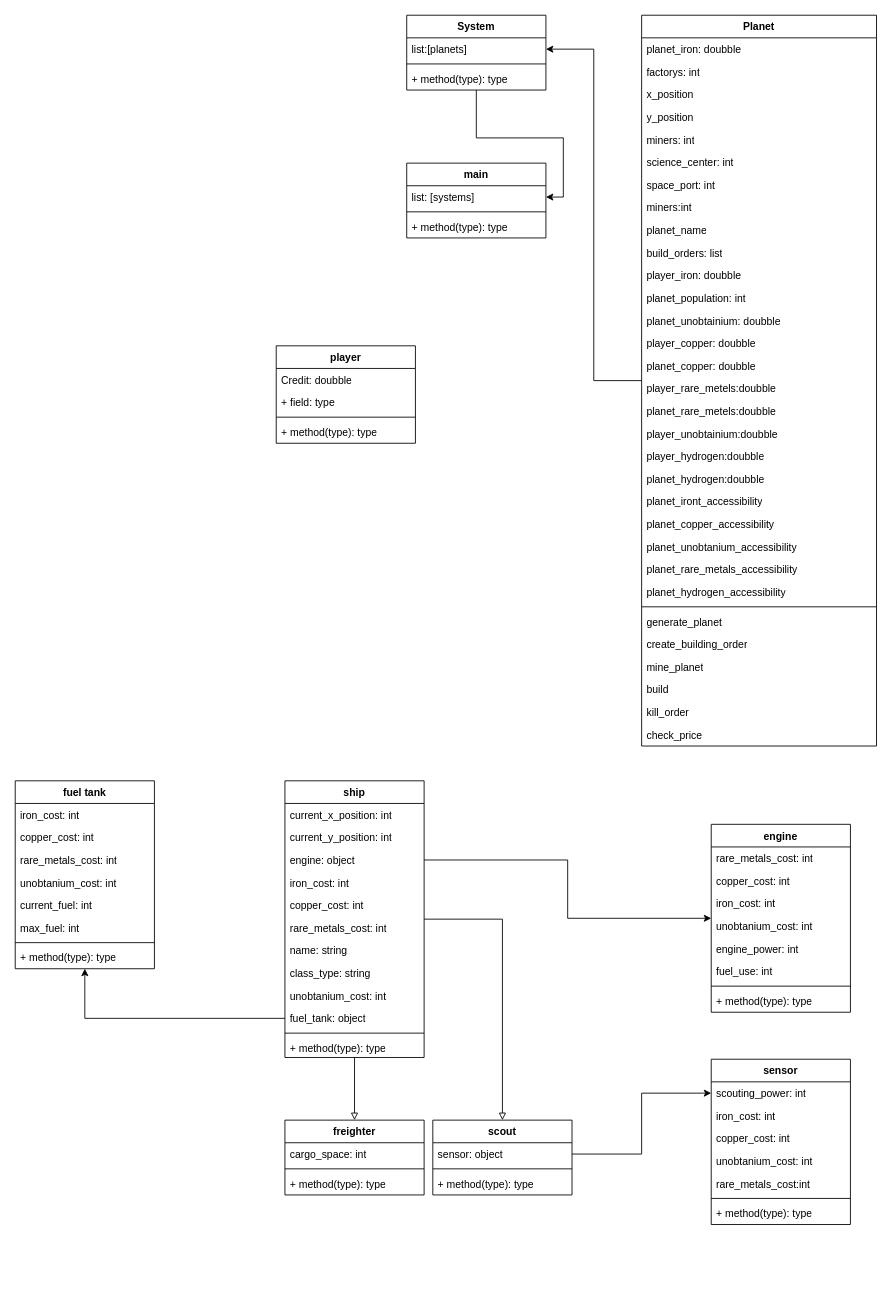
The draw.io diagram Ressorses/drawing and UML/UML.drawio in krixzy/space_survicers, before the edit. Source tidied: cells renumbered, new cells numbered last; positions are measured from the earlier drawing's top-left corner, leaving out a move shared by most shapes. Both pictures are drawn from the tidied source at 87%, with x=0, y=0 at pixel (15, 15).
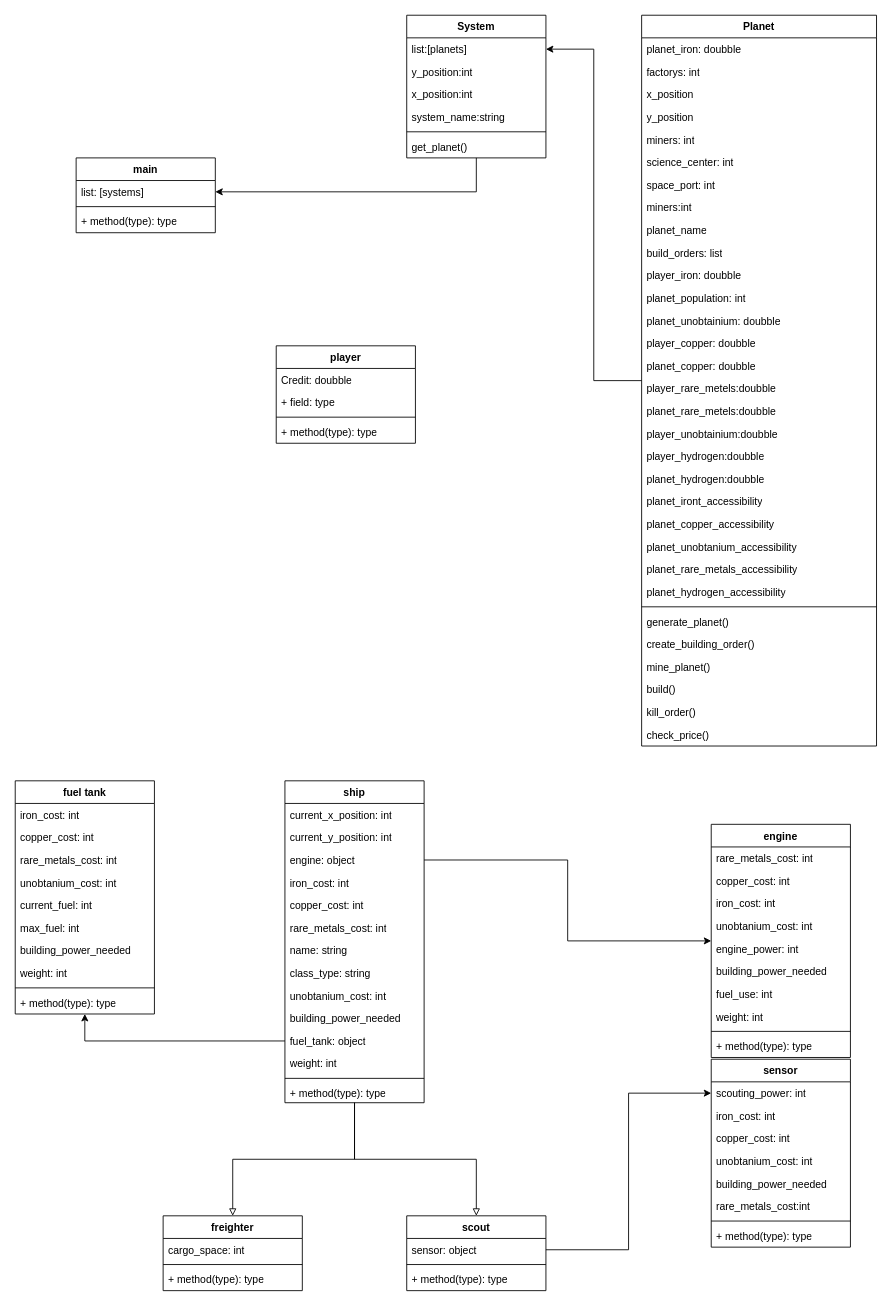
Above is the later version.

The change refers to these unchanged cells:
```xml
<mxCell id="8" value="Planet" style="swimlane;fontStyle=1;align=center;verticalAlign=top;horizontal=1;startSize=26;whiteSpace=wrap;html=1;" parent="1" vertex="1">
  <mxGeometry x="720" width="270" height="840" as="geometry" />
</mxCell>
```

The edit, as a diff of the source:
```diff
@@
     <mxCell id="3" value="System" style="swimlane;fontStyle=1;align=center;verticalAlign=top;horizontal=1;startSize=26;whiteSpace=wrap;html=1;" parent="1" vertex="1">
-      <mxGeometry x="450" width="160" height="86" as="geometry" />
+      <mxGeometry x="450" width="160" height="164" as="geometry" />
     </mxCell>
@@
+    <mxCell id="102" value="y_position:int" style="text;strokeColor=none;fillColor=none;align=left;verticalAlign=top;spacingLeft=4;spacingRight=4;overflow=hidden;whiteSpace=wrap;html=1;" parent="3" vertex="1">
+      <mxGeometry y="52" width="160" height="26" as="geometry" />
+    </mxCell>
+    <mxCell id="103" value="x_position:int" style="text;strokeColor=none;fillColor=none;align=left;verticalAlign=top;spacingLeft=4;spacingRight=4;overflow=hidden;whiteSpace=wrap;html=1;" parent="3" vertex="1">
+      <mxGeometry y="78" width="160" height="26" as="geometry" />
+    </mxCell>
+    <mxCell id="104" value="system_name:string" style="text;strokeColor=none;fillColor=none;align=left;verticalAlign=top;spacingLeft=4;spacingRight=4;overflow=hidden;whiteSpace=wrap;html=1;" parent="3" vertex="1">
+      <mxGeometry y="104" width="160" height="26" as="geometry" />
+    </mxCell>
     <mxCell id="5" style="line;strokeWidth=1;fillColor=none;align=left;verticalAlign=middle;spacingTop=-1;spacingLeft=3;spacingRight=3;labelPosition=right;strokeColor=inherit;" parent="3" vertex="1">
-      <mxGeometry y="52" width="160" height="8" as="geometry" />
+      <mxGeometry y="130" width="160" height="8" as="geometry" />
     </mxCell>
-    <mxCell id="6" value="+ method(type): type" style="text;strokeColor=none;fillColor=none;align=left;verticalAlign=top;spacingLeft=4;spacingRight=4;overflow=hidden;whiteSpace=wrap;html=1;" parent="3" vertex="1">
-      <mxGeometry y="60" width="160" height="26" as="geometry" />
+    <mxCell id="6" value="get_planet()" style="text;strokeColor=none;fillColor=none;align=left;verticalAlign=top;spacingLeft=4;spacingRight=4;overflow=hidden;whiteSpace=wrap;html=1;" parent="3" vertex="1">
+      <mxGeometry y="138" width="160" height="26" as="geometry" />
     </mxCell>
@@
-    <mxCell id="35" value="generate_planet" style="text;strokeColor=none;fillColor=none;align=left;verticalAlign=top;spacingLeft=4;spacingRight=4;overflow=hidden;whiteSpace=wrap;html=1;" parent="8" vertex="1">
+    <mxCell id="35" value="generate_planet()" style="text;strokeColor=none;fillColor=none;align=left;verticalAlign=top;spacingLeft=4;spacingRight=4;overflow=hidden;whiteSpace=wrap;html=1;" parent="8" vertex="1">
       <mxGeometry y="684" width="270" height="26" as="geometry" />
     </mxCell>
-    <mxCell id="36" value="create_building_order" style="text;strokeColor=none;fillColor=none;align=left;verticalAlign=top;spacingLeft=4;spacingRight=4;overflow=hidden;whiteSpace=wrap;html=1;" parent="8" vertex="1">
+    <mxCell id="36" value="create_building_order()" style="text;strokeColor=none;fillColor=none;align=left;verticalAlign=top;spacingLeft=4;spacingRight=4;overflow=hidden;whiteSpace=wrap;html=1;" parent="8" vertex="1">
       <mxGeometry y="710" width="270" height="26" as="geometry" />
     </mxCell>
-    <mxCell id="37" value="mine_planet" style="text;strokeColor=none;fillColor=none;align=left;verticalAlign=top;spacingLeft=4;spacingRight=4;overflow=hidden;whiteSpace=wrap;html=1;" parent="8" vertex="1">
+    <mxCell id="37" value="mine_planet()" style="text;strokeColor=none;fillColor=none;align=left;verticalAlign=top;spacingLeft=4;spacingRight=4;overflow=hidden;whiteSpace=wrap;html=1;" parent="8" vertex="1">
       <mxGeometry y="736" width="270" height="26" as="geometry" />
     </mxCell>
-    <mxCell id="38" value="build" style="text;strokeColor=none;fillColor=none;align=left;verticalAlign=top;spacingLeft=4;spacingRight=4;overflow=hidden;whiteSpace=wrap;html=1;" parent="8" vertex="1">
+    <mxCell id="38" value="build()" style="text;strokeColor=none;fillColor=none;align=left;verticalAlign=top;spacingLeft=4;spacingRight=4;overflow=hidden;whiteSpace=wrap;html=1;" parent="8" vertex="1">
       <mxGeometry y="762" width="270" height="26" as="geometry" />
     </mxCell>
-    <mxCell id="39" value="kill_order" style="text;strokeColor=none;fillColor=none;align=left;verticalAlign=top;spacingLeft=4;spacingRight=4;overflow=hidden;whiteSpace=wrap;html=1;" parent="8" vertex="1">
+    <mxCell id="39" value="kill_order()" style="text;strokeColor=none;fillColor=none;align=left;verticalAlign=top;spacingLeft=4;spacingRight=4;overflow=hidden;whiteSpace=wrap;html=1;" parent="8" vertex="1">
       <mxGeometry y="788" width="270" height="26" as="geometry" />
     </mxCell>
-    <mxCell id="40" value="check_price" style="text;strokeColor=none;fillColor=none;align=left;verticalAlign=top;spacingLeft=4;spacingRight=4;overflow=hidden;whiteSpace=wrap;html=1;" parent="8" vertex="1">
+    <mxCell id="40" value="check_price()" style="text;strokeColor=none;fillColor=none;align=left;verticalAlign=top;spacingLeft=4;spacingRight=4;overflow=hidden;whiteSpace=wrap;html=1;" parent="8" vertex="1">
       <mxGeometry y="814" width="270" height="26" as="geometry" />
     </mxCell>
     <mxCell id="41" value="main&lt;br&gt;" style="swimlane;fontStyle=1;align=center;verticalAlign=top;horizontal=1;startSize=26;whiteSpace=wrap;html=1;" parent="1" vertex="1">
-      <mxGeometry x="450" y="170" width="160" height="86" as="geometry" />
+      <mxGeometry x="70" y="164" width="160" height="86" as="geometry" />
     </mxCell>
@@
     <mxCell id="52" value="ship" style="swimlane;fontStyle=1;align=center;verticalAlign=top;horizontal=1;startSize=26;whiteSpace=wrap;html=1;" parent="1" vertex="1">
-      <mxGeometry x="310" y="880" width="160" height="318" as="geometry" />
+      <mxGeometry x="310" y="880" width="160" height="370" as="geometry" />
     </mxCell>
@@
+    <mxCell id="105" value="building_power_needed" style="text;strokeColor=none;fillColor=none;align=left;verticalAlign=top;spacingLeft=4;spacingRight=4;overflow=hidden;whiteSpace=wrap;html=1;" parent="52" vertex="1">
+      <mxGeometry y="260" width="160" height="26" as="geometry" />
+    </mxCell>
     <mxCell id="62" value="fuel_tank: object" style="text;strokeColor=none;fillColor=none;align=left;verticalAlign=top;spacingLeft=4;spacingRight=4;overflow=hidden;points=[[0,0.5],[1,0.5]];portConstraint=eastwest;whiteSpace=wrap;html=1;" parent="52" vertex="1">
-      <mxGeometry y="260" width="160" height="26" as="geometry" />
+      <mxGeometry y="286" width="160" height="26" as="geometry" />
     </mxCell>
+    <mxCell id="106" value="weight: int" style="text;strokeColor=none;fillColor=none;align=left;verticalAlign=top;spacingLeft=4;spacingRight=4;overflow=hidden;whiteSpace=wrap;html=1;" parent="52" vertex="1">
+      <mxGeometry y="312" width="160" height="26" as="geometry" />
+    </mxCell>
     <mxCell id="63" style="line;strokeWidth=1;fillColor=none;align=left;verticalAlign=middle;spacingTop=-1;spacingLeft=3;spacingRight=3;labelPosition=right;strokeColor=inherit;" parent="52" vertex="1">
-      <mxGeometry y="286" width="160" height="8" as="geometry" />
+      <mxGeometry y="338" width="160" height="8" as="geometry" />
     </mxCell>
     <mxCell id="64" value="+ method(type): type" style="text;strokeColor=none;fillColor=none;align=left;verticalAlign=top;spacingLeft=4;spacingRight=4;overflow=hidden;whiteSpace=wrap;html=1;" parent="52" vertex="1">
-      <mxGeometry y="294" width="160" height="24" as="geometry" />
+      <mxGeometry y="346" width="160" height="24" as="geometry" />
     </mxCell>
     <mxCell id="65" value="scout" style="swimlane;fontStyle=1;align=center;verticalAlign=top;horizontal=1;startSize=26;whiteSpace=wrap;html=1;" parent="1" vertex="1">
-      <mxGeometry x="480" y="1270" width="160" height="86" as="geometry" />
+      <mxGeometry x="450" y="1380" width="160" height="86" as="geometry" />
     </mxCell>
@@
     <mxCell id="69" value="freighter" style="swimlane;fontStyle=1;align=center;verticalAlign=top;horizontal=1;startSize=26;whiteSpace=wrap;html=1;" parent="1" vertex="1">
-      <mxGeometry x="310" y="1270" width="160" height="86" as="geometry" />
+      <mxGeometry x="170" y="1380" width="160" height="86" as="geometry" />
     </mxCell>
@@
     <mxCell id="73" value="engine" style="swimlane;fontStyle=1;align=center;verticalAlign=top;horizontal=1;startSize=26;whiteSpace=wrap;html=1;" parent="1" vertex="1">
-      <mxGeometry x="800" y="930" width="160" height="216" as="geometry" />
+      <mxGeometry x="800" y="930" width="160" height="268" as="geometry" />
     </mxCell>
@@
+    <mxCell id="107" value="building_power_needed" style="text;strokeColor=none;fillColor=none;align=left;verticalAlign=top;spacingLeft=4;spacingRight=4;overflow=hidden;whiteSpace=wrap;html=1;" parent="73" vertex="1">
+      <mxGeometry y="156" width="160" height="26" as="geometry" />
+    </mxCell>
     <mxCell id="79" value="fuel_use: int" style="text;strokeColor=none;fillColor=none;align=left;verticalAlign=top;spacingLeft=4;spacingRight=4;overflow=hidden;whiteSpace=wrap;html=1;" parent="73" vertex="1">
-      <mxGeometry y="156" width="160" height="26" as="geometry" />
+      <mxGeometry y="182" width="160" height="26" as="geometry" />
     </mxCell>
+    <mxCell id="108" value="weight: int" style="text;strokeColor=none;fillColor=none;align=left;verticalAlign=top;spacingLeft=4;spacingRight=4;overflow=hidden;whiteSpace=wrap;html=1;" parent="73" vertex="1">
+      <mxGeometry y="208" width="160" height="26" as="geometry" />
+    </mxCell>
     <mxCell id="80" style="line;strokeWidth=1;fillColor=none;align=left;verticalAlign=middle;spacingTop=-1;spacingLeft=3;spacingRight=3;labelPosition=right;strokeColor=inherit;" parent="73" vertex="1">
-      <mxGeometry y="182" width="160" height="8" as="geometry" />
+      <mxGeometry y="234" width="160" height="8" as="geometry" />
     </mxCell>
     <mxCell id="81" value="+ method(type): type" style="text;strokeColor=none;fillColor=none;align=left;verticalAlign=top;spacingLeft=4;spacingRight=4;overflow=hidden;whiteSpace=wrap;html=1;" parent="73" vertex="1">
-      <mxGeometry y="190" width="160" height="26" as="geometry" />
+      <mxGeometry y="242" width="160" height="26" as="geometry" />
     </mxCell>
@@
     <mxCell id="83" value="sensor&lt;br&gt;&lt;br&gt;" style="swimlane;fontStyle=1;align=center;verticalAlign=top;horizontal=1;startSize=26;whiteSpace=wrap;html=1;" parent="1" vertex="1">
-      <mxGeometry x="800" y="1200" width="160" height="190" as="geometry" />
+      <mxGeometry x="800" y="1200" width="160" height="216" as="geometry" />
     </mxCell>
@@
+    <mxCell id="109" value="building_power_needed" style="text;strokeColor=none;fillColor=none;align=left;verticalAlign=top;spacingLeft=4;spacingRight=4;overflow=hidden;whiteSpace=wrap;html=1;" parent="83" vertex="1">
+      <mxGeometry y="130" width="160" height="26" as="geometry" />
+    </mxCell>
     <mxCell id="88" value="rare_metals_cost:int" style="text;strokeColor=none;fillColor=none;align=left;verticalAlign=top;spacingLeft=4;spacingRight=4;overflow=hidden;whiteSpace=wrap;html=1;" parent="83" vertex="1">
-      <mxGeometry y="130" width="160" height="26" as="geometry" />
+      <mxGeometry y="156" width="160" height="26" as="geometry" />
     </mxCell>
     <mxCell id="89" style="line;strokeWidth=1;fillColor=none;align=left;verticalAlign=middle;spacingTop=-1;spacingLeft=3;spacingRight=3;labelPosition=right;strokeColor=inherit;" parent="83" vertex="1">
-      <mxGeometry y="156" width="160" height="8" as="geometry" />
+      <mxGeometry y="182" width="160" height="8" as="geometry" />
     </mxCell>
     <mxCell id="90" value="+ method(type): type" style="text;strokeColor=none;fillColor=none;align=left;verticalAlign=top;spacingLeft=4;spacingRight=4;overflow=hidden;whiteSpace=wrap;html=1;" parent="83" vertex="1">
-      <mxGeometry y="164" width="160" height="26" as="geometry" />
+      <mxGeometry y="190" width="160" height="26" as="geometry" />
     </mxCell>
@@
     <mxCell id="92" value="fuel tank" style="swimlane;fontStyle=1;align=center;verticalAlign=top;horizontal=1;startSize=26;whiteSpace=wrap;html=1;" parent="1" vertex="1">
-      <mxGeometry y="880" width="160" height="216" as="geometry" />
+      <mxGeometry y="880" width="160" height="268" as="geometry" />
     </mxCell>
@@
+    <mxCell id="110" value="building_power_needed" style="text;strokeColor=none;fillColor=none;align=left;verticalAlign=top;spacingLeft=4;spacingRight=4;overflow=hidden;whiteSpace=wrap;html=1;" parent="92" vertex="1">
+      <mxGeometry y="182" width="160" height="26" as="geometry" />
+    </mxCell>
+    <mxCell id="111" value="weight: int" style="text;strokeColor=none;fillColor=none;align=left;verticalAlign=top;spacingLeft=4;spacingRight=4;overflow=hidden;whiteSpace=wrap;html=1;" parent="92" vertex="1">
+      <mxGeometry y="208" width="160" height="26" as="geometry" />
+    </mxCell>
     <mxCell id="99" style="line;strokeWidth=1;fillColor=none;align=left;verticalAlign=middle;spacingTop=-1;spacingLeft=3;spacingRight=3;labelPosition=right;strokeColor=inherit;" parent="92" vertex="1">
-      <mxGeometry y="182" width="160" height="8" as="geometry" />
+      <mxGeometry y="234" width="160" height="8" as="geometry" />
     </mxCell>
     <mxCell id="100" value="+ method(type): type" style="text;strokeColor=none;fillColor=none;align=left;verticalAlign=top;spacingLeft=4;spacingRight=4;overflow=hidden;whiteSpace=wrap;html=1;" parent="92" vertex="1">
-      <mxGeometry y="190" width="160" height="26" as="geometry" />
+      <mxGeometry y="242" width="160" height="26" as="geometry" />
     </mxCell>
```
